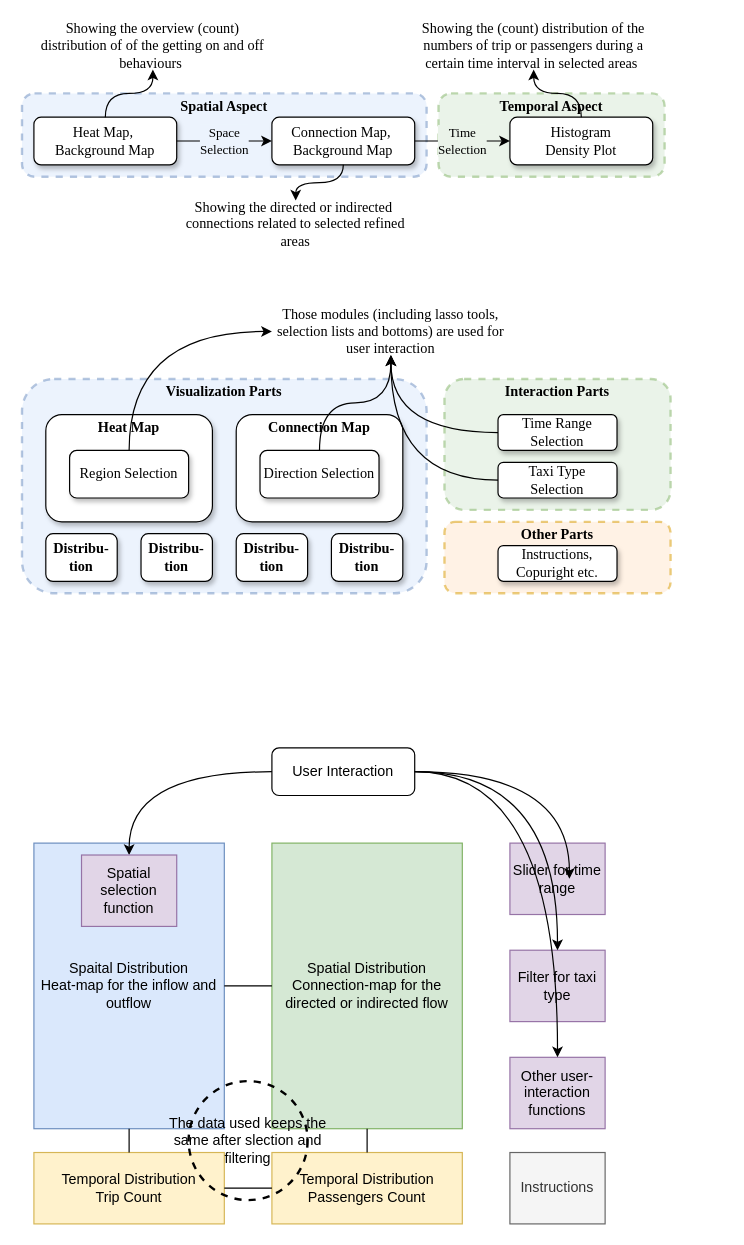
Before: page "第 1 页" (1 of 2) of Visualization.drawio in GongSicong/DataVisualization, a draw.io diagram. Source tidied: cells renumbered, new cells numbered last; positions are measured from the earlier drawing's top-left corner, leaving out a move shared by most shapes. Both pictures are drawn from the tidied source at 119%, with x=0, y=0 at pixel (21, 21).
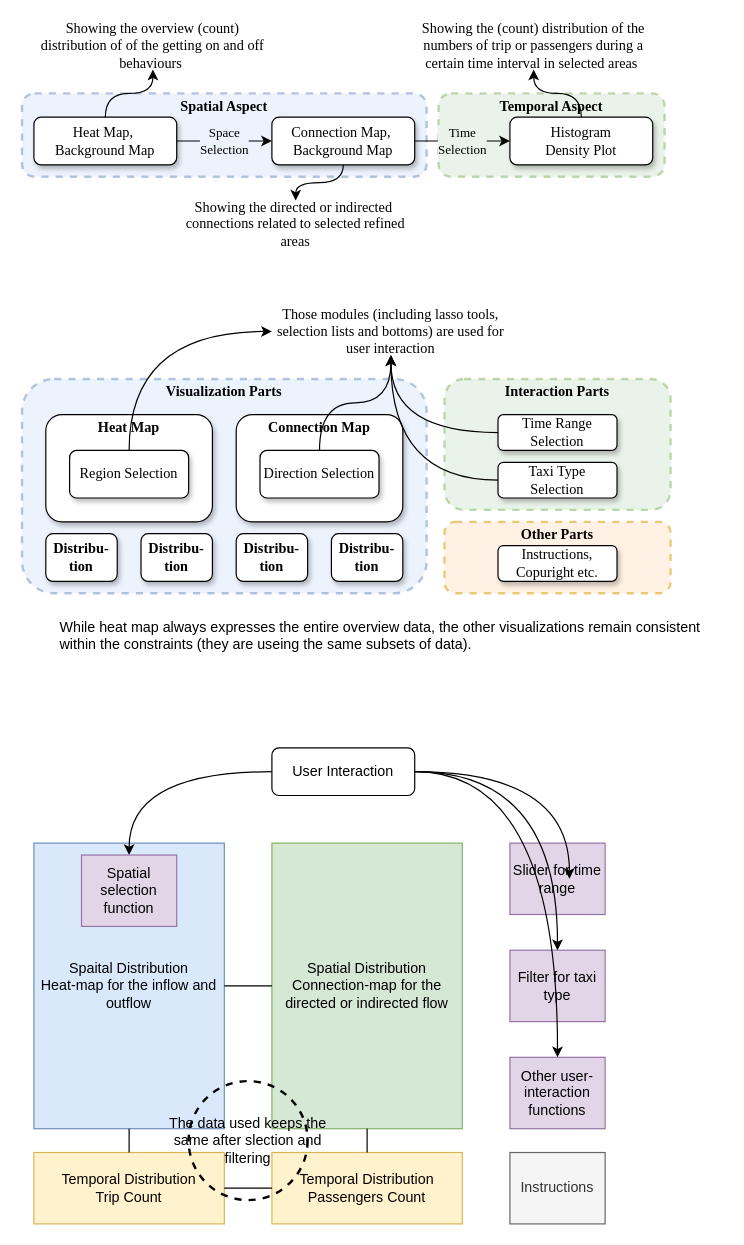
Above is the later version.

Diff of the diagram source:
```diff
@@
+    <mxCell id="54" value="While heat map always expresses the entire overview data, the other visualizations remain consistent within the constraints (they are useing the same subsets of data)." style="text;whiteSpace=wrap;" parent="1" vertex="1">
+      <mxGeometry x="30" y="495" width="560" height="50" as="geometry" />
+    </mxCell>
```
